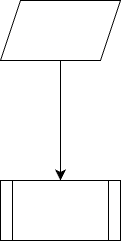
Before: Documentation/Untitled Diagram.drawio.png, a diagram exported from draw.io (GilboaCode/Gilboa_Water_Temp). Source tidied: cells renumbered, new cells last; positions are measured from the earlier drawing's top-left corner, leaving out a move shared by most shapes. Its diagram source:
```xml
<mxGraphModel>
  <root>
    <mxCell id="0" />
    <mxCell id="1" parent="0" />
    <mxCell id="2" style="edgeStyle=none;curved=1;rounded=0;jettySize=auto;html=1;fontSize=12;startSize=8;endSize=8;" parent="1" edge="1" source="3" target="4">
      <mxGeometry relative="1" as="geometry" />
    </mxCell>
    <mxCell id="3" style="shape=parallelogram;perimeter=parallelogramPerimeter;whiteSpace=wrap;html=1;shapeInside=1;fixedSize=1;" parent="1" vertex="1">
      <mxGeometry width="120" height="60" as="geometry" />
    </mxCell>
    <mxCell id="4" style="shape=process;whiteSpace=wrap;html=1;backgroundOutline=1;" parent="1" vertex="1">
      <mxGeometry y="180" width="120" height="60" as="geometry" />
    </mxCell>
  </root>
</mxGraphModel>
```
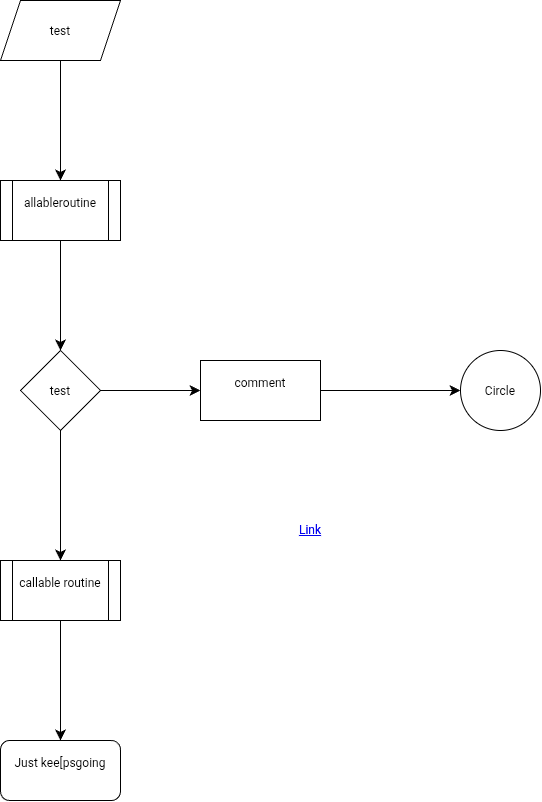
The same diagram one commit later.

Diff of the diagram source:
```diff
@@ -5,11 +5,47 @@
     <mxCell id="2" style="edgeStyle=none;curved=1;rounded=0;jettySize=auto;html=1;fontSize=12;startSize=8;endSize=8;" parent="1" edge="1" source="3" target="4">
       <mxGeometry relative="1" as="geometry" />
     </mxCell>
-    <mxCell id="3" style="shape=parallelogram;perimeter=parallelogramPerimeter;whiteSpace=wrap;html=1;shapeInside=1;fixedSize=1;" parent="1" vertex="1">
+    <mxCell id="3" value="test" style="shape=parallelogram;perimeter=parallelogramPerimeter;whiteSpace=wrap;html=1;shapeInside=1;fixedSize=1;" parent="1" vertex="1">
       <mxGeometry width="120" height="60" as="geometry" />
     </mxCell>
+    <mxCell id="5" style="edgeStyle=none;curved=1;rounded=0;jettySize=auto;html=1;fontSize=12;startSize=8;endSize=8;" parent="1" edge="1" source="4" target="8">
+      <mxGeometry relative="1" as="geometry" />
+    </mxCell>
-    <mxCell id="4" style="shape=process;whiteSpace=wrap;html=1;backgroundOutline=1;" parent="1" vertex="1">
+    <mxCell id="4" value="allableroutine&lt;div&gt;&lt;br&gt;&lt;/div&gt;" style="shape=process;whiteSpace=wrap;html=1;backgroundOutline=1;" parent="1" vertex="1">
       <mxGeometry y="180" width="120" height="60" as="geometry" />
     </mxCell>
+    <mxCell id="6" style="edgeStyle=none;curved=1;rounded=0;jettySize=auto;html=1;fontSize=12;startSize=8;endSize=8;" parent="1" edge="1" source="8" target="10">
+      <mxGeometry relative="1" as="geometry" />
+    </mxCell>
+    <mxCell id="7" style="edgeStyle=none;curved=1;rounded=0;jettySize=auto;html=1;fontSize=12;startSize=8;endSize=8;" parent="1" edge="1" source="8" target="12">
+      <mxGeometry relative="1" as="geometry" />
+    </mxCell>
+    <mxCell id="8" value="test&lt;div&gt;&lt;br/&gt;&lt;/div&gt;" style="rhombus;whiteSpace=wrap;html=1;shapeInside=1;" parent="1" vertex="1">
+      <mxGeometry x="20" y="350" width="80" height="80" as="geometry" />
+    </mxCell>
+    <mxCell id="9" style="edgeStyle=none;curved=1;rounded=0;jettySize=auto;html=1;fontSize=12;startSize=8;endSize=8;" parent="1" edge="1" source="10" target="14">
+      <mxGeometry relative="1" as="geometry" />
+    </mxCell>
+    <mxCell id="10" value="comment&lt;div&gt;&lt;br&gt;&lt;/div&gt;" style="whiteSpace=wrap;html=1;" parent="1" vertex="1">
+      <mxGeometry x="200" y="360" width="120" height="60" as="geometry" />
+    </mxCell>
+    <mxCell id="11" style="edgeStyle=none;curved=1;rounded=0;jettySize=auto;html=1;fontSize=12;startSize=8;endSize=8;" parent="1" edge="1" source="12" target="13">
+      <mxGeometry relative="1" as="geometry" />
+    </mxCell>
+    <mxCell id="12" value="callable routine&lt;div&gt;&lt;br&gt;&lt;/div&gt;" style="shape=process;whiteSpace=wrap;html=1;backgroundOutline=1;" parent="1" vertex="1">
+      <mxGeometry y="560" width="120" height="60" as="geometry" />
+    </mxCell>
+    <mxCell id="13" value="Just kee[psgoing&lt;div&gt;&lt;br&gt;&lt;/div&gt;" style="rounded=1;whiteSpace=wrap;html=1;" parent="1" vertex="1">
+      <mxGeometry y="740" width="120" height="60" as="geometry" />
+    </mxCell>
+    <mxCell id="14" value="Circle&lt;div&gt;&lt;br/&gt;&lt;/div&gt;" style="ellipse;whiteSpace=wrap;html=1;shapeInside=1;" parent="1" vertex="1">
+      <mxGeometry x="460" y="350" width="80" height="80" as="geometry" />
+    </mxCell>
+    <mxCell id="15" value="Link" style="text;html=1;strokeColor=none;fillColor=none;whiteSpace=wrap;align=center;verticalAlign=middle;fontColor=#0000EE;fontStyle=4;" parent="1" vertex="1">
+      <mxGeometry x="280" y="510" width="60" height="40" as="geometry" />
+    </mxCell>
+    <mxCell id="16" value="Link" style="text;html=1;strokeColor=none;fillColor=none;whiteSpace=wrap;align=center;verticalAlign=middle;fontColor=#0000EE;fontStyle=4;" parent="1" vertex="1">
+      <mxGeometry x="280" y="510" width="60" height="40" as="geometry" />
+    </mxCell>
   </root>
 </mxGraphModel>
```
